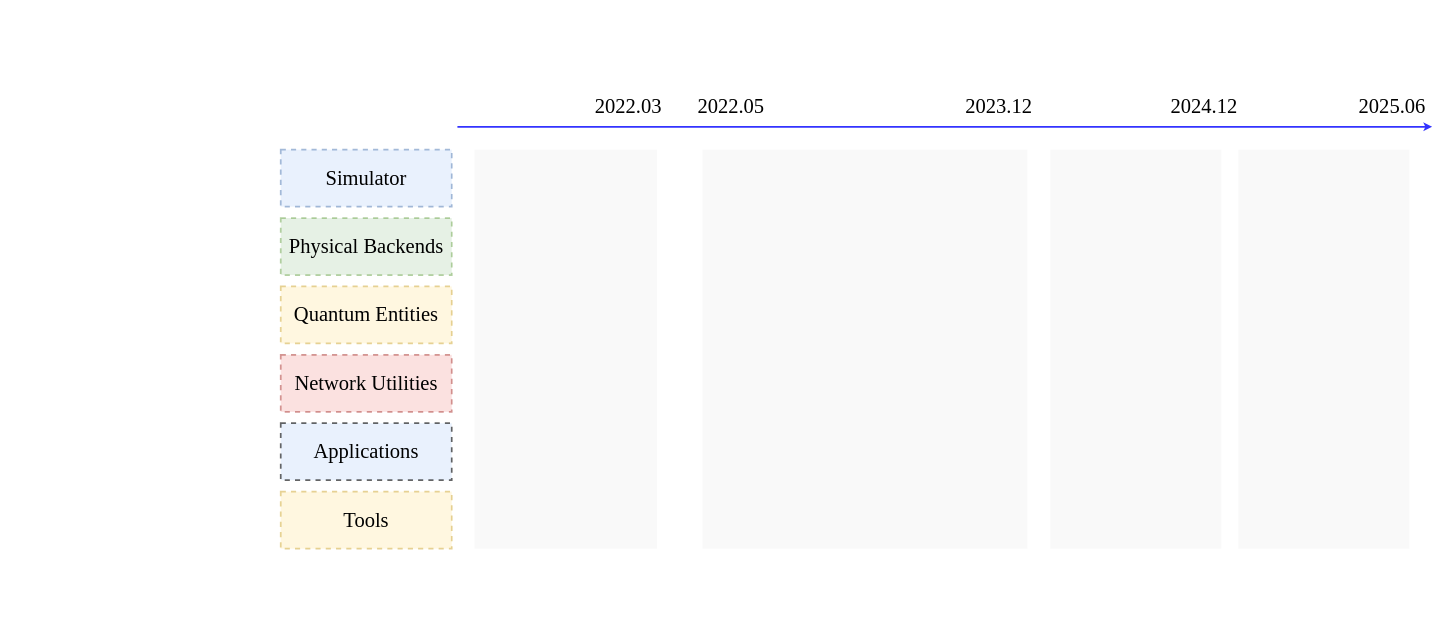
This is 未命名绘图.drawio from yyq2020/simqn_roadmap, a draw.io file, before an edit. Source tidied: cells renumbered, new cells numbered last; positions are measured from the earlier drawing's top-left corner, leaving out a move shared by most shapes. Both pictures are drawn from the tidied source at 57%, with x=0, y=0 at pixel (280, 92).
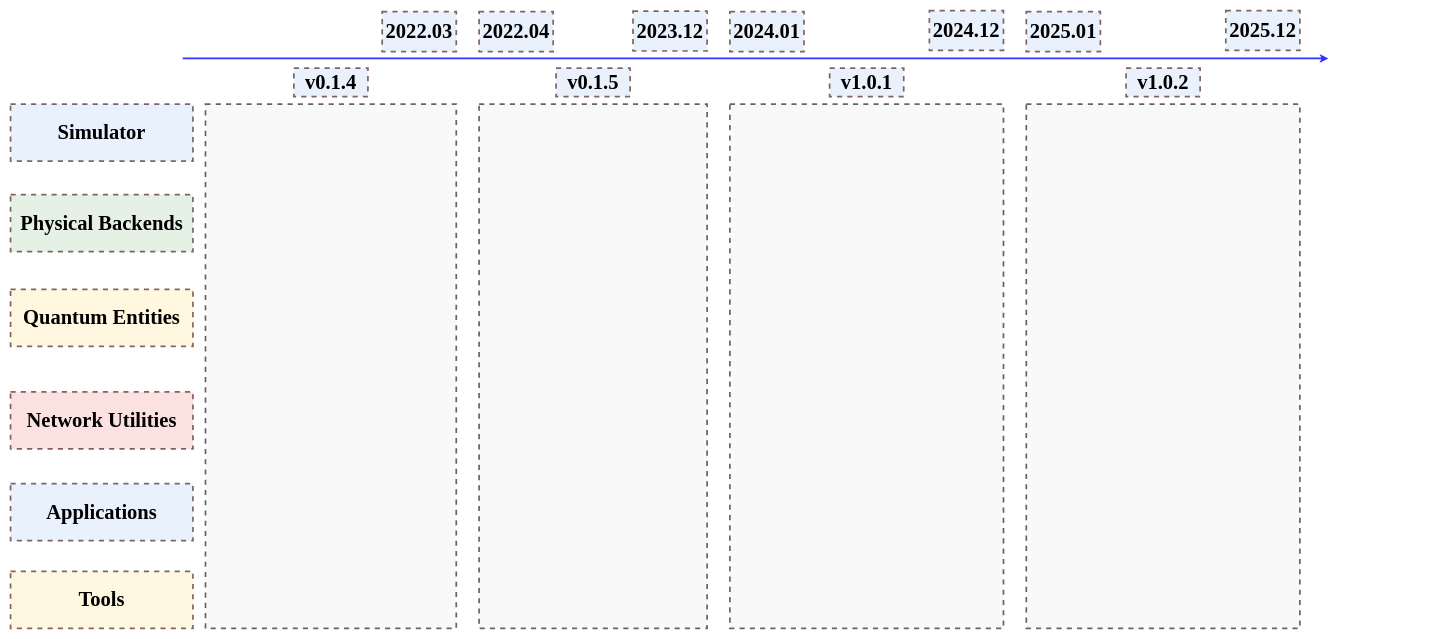
After the change.

Commit message (it also covers changes not shown here):
更新未命名绘图.drawio

Change to the diagram source:
```diff
@@
-    <mxCell id="2" value="&lt;font style=&quot;font-size: 36px;&quot;&gt;Simulator&lt;/font&gt;" style="rounded=0;whiteSpace=wrap;html=1;fillColor=#dae8fc;strokeColor=#6c8ebf;opacity=60;labelPosition=center;verticalLabelPosition=middle;align=center;verticalAlign=middle;fontFamily=Times New Roman;fontSize=20;dashed=1;strokeWidth=3;" parent="1" vertex="1">
-      <mxGeometry y="100" width="300" height="100" as="geometry" />
+    <mxCell id="2" value="&lt;font style=&quot;font-size: 36px;&quot;&gt;Simulator&lt;/font&gt;" style="rounded=0;whiteSpace=wrap;html=1;fillColor=#dae8fc;strokeColor=#330000;opacity=60;labelPosition=center;verticalLabelPosition=middle;align=center;verticalAlign=middle;fontFamily=Times New Roman;fontSize=20;dashed=1;strokeWidth=3;fontStyle=1;" parent="1" vertex="1">
+      <mxGeometry x="-474" y="20" width="320" height="100" as="geometry" />
     </mxCell>
-    <mxCell id="3" style="rounded=0;whiteSpace=wrap;html=1;fillColor=#f5f5f5;fontColor=#333333;strokeColor=none;gradientColor=none;opacity=60;labelPosition=center;verticalLabelPosition=middle;align=center;verticalAlign=middle;fontFamily=Times New Roman;fontSize=20;" parent="1" vertex="1">
-      <mxGeometry x="340" y="100" width="320" height="700" as="geometry" />
+    <mxCell id="3" style="rounded=0;whiteSpace=wrap;html=1;fillColor=#f5f5f5;fontColor=#333333;strokeColor=default;gradientColor=none;opacity=60;labelPosition=center;verticalLabelPosition=middle;align=center;verticalAlign=middle;fontFamily=Times New Roman;fontSize=20;dashed=1;strokeWidth=3;" parent="1" vertex="1">
+      <mxGeometry x="-132" y="20" width="440" height="920" as="geometry" />
     </mxCell>
-    <mxCell id="4" style="rounded=0;whiteSpace=wrap;html=1;fillColor=#f5f5f5;fontColor=#333333;strokeColor=none;gradientColor=none;opacity=60;labelPosition=center;verticalLabelPosition=middle;align=center;verticalAlign=middle;fontFamily=Times New Roman;fontSize=20;" parent="1" vertex="1">
-      <mxGeometry x="1350" y="100" width="300" height="700" as="geometry" />
+    <mxCell id="4" style="rounded=0;whiteSpace=wrap;html=1;fillColor=#f5f5f5;fontColor=#333333;strokeColor=default;gradientColor=none;opacity=60;labelPosition=center;verticalLabelPosition=middle;align=center;verticalAlign=middle;fontFamily=Times New Roman;fontSize=20;dashed=1;strokeWidth=3;" parent="1" vertex="1">
+      <mxGeometry x="788" y="20" width="480" height="920" as="geometry" />
     </mxCell>
-    <mxCell id="5" style="rounded=0;whiteSpace=wrap;html=1;fillColor=#f5f5f5;fontColor=#333333;strokeColor=none;gradientColor=none;opacity=60;labelPosition=center;verticalLabelPosition=middle;align=center;verticalAlign=middle;fontFamily=Times New Roman;fontSize=20;" parent="1" vertex="1">
-      <mxGeometry x="740" y="100" width="570" height="700" as="geometry" />
+    <mxCell id="5" style="rounded=0;whiteSpace=wrap;html=1;fillColor=#f5f5f5;fontColor=#333333;strokeColor=default;gradientColor=none;opacity=60;labelPosition=center;verticalLabelPosition=middle;align=center;verticalAlign=middle;fontFamily=Times New Roman;fontSize=20;dashed=1;strokeWidth=3;" parent="1" vertex="1">
+      <mxGeometry x="348" y="20" width="400" height="920" as="geometry" />
     </mxCell>
-    <mxCell id="6" value="&lt;font style=&quot;font-size: 36px;&quot;&gt;2022.03&lt;/font&gt;" style="text;strokeColor=none;align=center;fillColor=none;html=1;verticalAlign=middle;whiteSpace=wrap;rounded=0;fontFamily=Times New Roman;" parent="1" vertex="1">
-      <mxGeometry x="540" width="140" height="50" as="geometry" />
-    </mxCell>
-    <mxCell id="7" value="&lt;font style=&quot;font-size: 36px;&quot;&gt;2023.12&lt;/font&gt;" style="text;strokeColor=none;align=center;fillColor=none;html=1;verticalAlign=middle;whiteSpace=wrap;rounded=0;fontFamily=Times New Roman;" parent="1" vertex="1">
-      <mxGeometry x="1190" width="140" height="50" as="geometry" />
-    </mxCell>
-    <mxCell id="8" value="&lt;font style=&quot;font-size: 36px;&quot;&gt;2024.12&lt;/font&gt;" style="text;strokeColor=none;align=center;fillColor=none;html=1;verticalAlign=middle;whiteSpace=wrap;rounded=0;fontFamily=Times New Roman;" parent="1" vertex="1">
-      <mxGeometry x="1550" width="140" height="50" as="geometry" />
-    </mxCell>
-    <mxCell id="9" value="&lt;font style=&quot;font-size: 36px;&quot;&gt;2025.06&lt;/font&gt;" style="text;strokeColor=none;align=center;fillColor=none;html=1;verticalAlign=middle;whiteSpace=wrap;rounded=0;fontFamily=Times New Roman;" parent="1" vertex="1">
-      <mxGeometry x="1880" width="140" height="50" as="geometry" />
-    </mxCell>
     <mxCell id="10" style="endArrow=classic;html=1;rounded=0;strokeColor=#3333FF;strokeWidth=3;" parent="1" edge="1">
       <mxGeometry relative="1" as="geometry">
-        <mxPoint x="310" y="60" as="sourcePoint" />
-        <mxPoint x="2020" y="60" as="targetPoint" />
+        <mxPoint x="-172" y="-60" as="sourcePoint" />
+        <mxPoint x="1838" y="-60" as="targetPoint" />
       </mxGeometry>
     </mxCell>
-    <mxCell id="11" value="&lt;font style=&quot;font-size: 36px;&quot;&gt;Applications&lt;/font&gt;" style="rounded=0;whiteSpace=wrap;html=1;fillColor=#dae8fc;strokeColor=default;opacity=60;labelPosition=center;verticalLabelPosition=middle;align=center;verticalAlign=middle;fontFamily=Times New Roman;fontSize=20;dashed=1;strokeWidth=3;" parent="1" vertex="1">
-      <mxGeometry y="580" width="300" height="100" as="geometry" />
+    <mxCell id="11" value="&lt;font style=&quot;font-size: 36px;&quot;&gt;Applications&lt;/font&gt;" style="rounded=0;whiteSpace=wrap;html=1;fillColor=#dae8fc;strokeColor=#330000;opacity=60;labelPosition=center;verticalLabelPosition=middle;align=center;verticalAlign=middle;fontFamily=Times New Roman;fontSize=20;dashed=1;strokeWidth=3;fontStyle=1;" parent="1" vertex="1">
+      <mxGeometry x="-474" y="686" width="320" height="100" as="geometry" />
     </mxCell>
-    <mxCell id="12" value="&lt;font style=&quot;font-size: 36px;&quot;&gt;Physical Backends&lt;/font&gt;" style="rounded=0;whiteSpace=wrap;html=1;fillColor=#d5e8d4;strokeColor=#82b366;opacity=60;labelPosition=center;verticalLabelPosition=middle;align=center;verticalAlign=middle;fontFamily=Times New Roman;fontSize=20;dashed=1;strokeWidth=3;" parent="1" vertex="1">
-      <mxGeometry y="220" width="300" height="100" as="geometry" />
+    <mxCell id="12" value="&lt;font style=&quot;font-size: 36px;&quot;&gt;Physical Backends&lt;/font&gt;" style="rounded=0;whiteSpace=wrap;html=1;fillColor=#d5e8d4;strokeColor=#330000;opacity=60;labelPosition=center;verticalLabelPosition=middle;align=center;verticalAlign=middle;fontFamily=Times New Roman;fontSize=20;dashed=1;strokeWidth=3;fontStyle=1;" parent="1" vertex="1">
+      <mxGeometry x="-474" y="179" width="320" height="100" as="geometry" />
     </mxCell>
-    <mxCell id="13" value="&lt;font style=&quot;font-size: 36px;&quot;&gt;Quantum Entities&lt;/font&gt;" style="rounded=0;whiteSpace=wrap;html=1;fillColor=#fff2cc;strokeColor=#d6b656;opacity=60;labelPosition=center;verticalLabelPosition=middle;align=center;verticalAlign=middle;fontFamily=Times New Roman;fontSize=20;dashed=1;strokeWidth=3;" parent="1" vertex="1">
-      <mxGeometry y="340" width="300" height="100" as="geometry" />
+    <mxCell id="13" value="&lt;font style=&quot;font-size: 36px;&quot;&gt;Quantum Entities&lt;/font&gt;" style="rounded=0;whiteSpace=wrap;html=1;fillColor=#fff2cc;strokeColor=#330000;opacity=60;labelPosition=center;verticalLabelPosition=middle;align=center;verticalAlign=middle;fontFamily=Times New Roman;fontSize=20;dashed=1;strokeWidth=3;fontStyle=1;" parent="1" vertex="1">
+      <mxGeometry x="-474" y="345" width="320" height="100" as="geometry" />
     </mxCell>
-    <mxCell id="14" value="&lt;font style=&quot;font-size: 36px;&quot;&gt;Network Utilities&lt;/font&gt;" style="rounded=0;whiteSpace=wrap;html=1;fillColor=#f8cecc;strokeColor=#b85450;opacity=60;labelPosition=center;verticalLabelPosition=middle;align=center;verticalAlign=middle;fontFamily=Times New Roman;fontSize=20;dashed=1;strokeWidth=3;" parent="1" vertex="1">
-      <mxGeometry y="460" width="300" height="100" as="geometry" />
+    <mxCell id="14" value="&lt;font style=&quot;font-size: 36px;&quot;&gt;Network Utilities&lt;/font&gt;" style="rounded=0;whiteSpace=wrap;html=1;fillColor=#f8cecc;strokeColor=#330000;opacity=60;labelPosition=center;verticalLabelPosition=middle;align=center;verticalAlign=middle;fontFamily=Times New Roman;fontSize=20;dashed=1;strokeWidth=3;fontStyle=1;" parent="1" vertex="1">
+      <mxGeometry x="-474" y="525" width="320" height="100" as="geometry" />
     </mxCell>
-    <mxCell id="15" value="&lt;font style=&quot;font-size: 36px;&quot;&gt;Tools&lt;/font&gt;" style="rounded=0;whiteSpace=wrap;html=1;fillColor=#fff2cc;strokeColor=#d6b656;opacity=60;labelPosition=center;verticalLabelPosition=middle;align=center;verticalAlign=middle;fontFamily=Times New Roman;fontSize=20;dashed=1;strokeWidth=3;" parent="1" vertex="1">
-      <mxGeometry y="700" width="300" height="100" as="geometry" />
+    <mxCell id="15" value="&lt;font style=&quot;font-size: 36px;&quot;&gt;Tools&lt;/font&gt;" style="rounded=0;whiteSpace=wrap;html=1;fillColor=#fff2cc;strokeColor=#330000;opacity=60;labelPosition=center;verticalLabelPosition=middle;align=center;verticalAlign=middle;fontFamily=Times New Roman;fontSize=20;dashed=1;strokeWidth=3;fontStyle=1;" parent="1" vertex="1">
+      <mxGeometry x="-474" y="840" width="320" height="100" as="geometry" />
     </mxCell>
-    <mxCell id="16" value="&lt;font style=&quot;font-size: 36px;&quot;&gt;2022.05&lt;/font&gt;" style="text;strokeColor=none;align=center;fillColor=none;html=1;verticalAlign=middle;whiteSpace=wrap;rounded=0;fontFamily=Times New Roman;" parent="1" vertex="1">
-      <mxGeometry x="720" width="140" height="50" as="geometry" />
-    </mxCell>
-    <mxCell id="17" style="rounded=0;whiteSpace=wrap;html=1;fillColor=#f5f5f5;fontColor=#333333;strokeColor=none;gradientColor=none;opacity=60;labelPosition=center;verticalLabelPosition=middle;align=center;verticalAlign=middle;fontFamily=Times New Roman;fontSize=20;" parent="1" vertex="1">
-      <mxGeometry x="1680" y="100" width="300" height="700" as="geometry" />
+    <mxCell id="17" style="rounded=0;whiteSpace=wrap;html=1;fillColor=#f5f5f5;fontColor=#333333;strokeColor=default;gradientColor=none;opacity=60;labelPosition=center;verticalLabelPosition=middle;align=center;verticalAlign=middle;fontFamily=Times New Roman;fontSize=20;dashed=1;strokeWidth=3;" parent="1" vertex="1">
+      <mxGeometry x="1308" y="20" width="480" height="920" as="geometry" />
     </mxCell>
+    <mxCell id="6" value="&lt;span style=&quot;font-size: 36px;&quot;&gt;2022.03&lt;/span&gt;" style="rounded=0;whiteSpace=wrap;html=1;fillColor=#dae8fc;strokeColor=#330000;opacity=60;labelPosition=center;verticalLabelPosition=middle;align=center;verticalAlign=middle;fontFamily=Times New Roman;fontSize=20;dashed=1;strokeWidth=3;fontStyle=1;" parent="1" vertex="1">
+      <mxGeometry x="178" y="-142" width="130" height="70" as="geometry" />
+    </mxCell>
+    <mxCell id="18" value="&lt;span style=&quot;font-size: 36px;&quot;&gt;2022.04&lt;/span&gt;" style="rounded=0;whiteSpace=wrap;html=1;fillColor=#dae8fc;strokeColor=#330000;opacity=60;labelPosition=center;verticalLabelPosition=middle;align=center;verticalAlign=middle;fontFamily=Times New Roman;fontSize=20;dashed=1;strokeWidth=3;fontStyle=1;" parent="1" vertex="1">
+      <mxGeometry x="348" y="-142" width="130" height="70" as="geometry" />
+    </mxCell>
+    <mxCell id="19" value="&lt;span style=&quot;font-size: 36px;&quot;&gt;2024.01&lt;/span&gt;" style="rounded=0;whiteSpace=wrap;html=1;fillColor=#dae8fc;strokeColor=#330000;opacity=60;labelPosition=center;verticalLabelPosition=middle;align=center;verticalAlign=middle;fontFamily=Times New Roman;fontSize=20;dashed=1;strokeWidth=3;fontStyle=1;" parent="1" vertex="1">
+      <mxGeometry x="788" y="-142" width="130" height="70" as="geometry" />
+    </mxCell>
+    <mxCell id="7" value="&lt;span style=&quot;font-size: 36px;&quot;&gt;2023.12&lt;/span&gt;" style="rounded=0;whiteSpace=wrap;html=1;fillColor=#dae8fc;strokeColor=#330000;opacity=60;labelPosition=center;verticalLabelPosition=middle;align=center;verticalAlign=middle;fontFamily=Times New Roman;fontSize=20;dashed=1;strokeWidth=3;fontStyle=1;" parent="1" vertex="1">
+      <mxGeometry x="618" y="-143" width="130" height="70" as="geometry" />
+    </mxCell>
+    <mxCell id="8" value="&lt;span style=&quot;font-size: 36px;&quot;&gt;2024.12&lt;/span&gt;" style="rounded=0;whiteSpace=wrap;html=1;fillColor=#dae8fc;strokeColor=#330000;opacity=60;labelPosition=center;verticalLabelPosition=middle;align=center;verticalAlign=middle;fontFamily=Times New Roman;fontSize=20;dashed=1;strokeWidth=3;fontStyle=1;" parent="1" vertex="1">
+      <mxGeometry x="1138" y="-144" width="130" height="70" as="geometry" />
+    </mxCell>
+    <mxCell id="20" value="&lt;span style=&quot;font-size: 36px;&quot;&gt;2025.01&lt;/span&gt;" style="rounded=0;whiteSpace=wrap;html=1;fillColor=#dae8fc;strokeColor=#330000;opacity=60;labelPosition=center;verticalLabelPosition=middle;align=center;verticalAlign=middle;fontFamily=Times New Roman;fontSize=20;dashed=1;strokeWidth=3;fontStyle=1;" parent="1" vertex="1">
+      <mxGeometry x="1308" y="-142" width="130" height="70" as="geometry" />
+    </mxCell>
+    <mxCell id="21" value="&lt;span style=&quot;font-size: 36px;&quot;&gt;2025.12&lt;/span&gt;" style="rounded=0;whiteSpace=wrap;html=1;fillColor=#dae8fc;strokeColor=#330000;opacity=60;labelPosition=center;verticalLabelPosition=middle;align=center;verticalAlign=middle;fontFamily=Times New Roman;fontSize=20;dashed=1;strokeWidth=3;fontStyle=1;" parent="1" vertex="1">
+      <mxGeometry x="1658" y="-144" width="130" height="70" as="geometry" />
+    </mxCell>
+    <mxCell id="22" value="&lt;span style=&quot;font-size: 36px;&quot;&gt;v0.1.4&lt;/span&gt;" style="rounded=0;whiteSpace=wrap;html=1;fillColor=#dae8fc;strokeColor=#330000;opacity=60;labelPosition=center;verticalLabelPosition=middle;align=center;verticalAlign=middle;fontFamily=Times New Roman;fontSize=20;dashed=1;strokeWidth=3;fontStyle=1;" parent="1" vertex="1">
+      <mxGeometry x="23" y="-43" width="130" height="50" as="geometry" />
+    </mxCell>
+    <mxCell id="23" value="&lt;span style=&quot;font-size: 36px;&quot;&gt;v0.1.5&lt;/span&gt;" style="rounded=0;whiteSpace=wrap;html=1;fillColor=#dae8fc;strokeColor=#330000;opacity=60;labelPosition=center;verticalLabelPosition=middle;align=center;verticalAlign=middle;fontFamily=Times New Roman;fontSize=20;dashed=1;strokeWidth=3;fontStyle=1;" parent="1" vertex="1">
+      <mxGeometry x="483" y="-43" width="130" height="50" as="geometry" />
+    </mxCell>
+    <mxCell id="24" value="&lt;span style=&quot;font-size: 36px;&quot;&gt;v1.0.1&lt;/span&gt;" style="rounded=0;whiteSpace=wrap;html=1;fillColor=#dae8fc;strokeColor=#330000;opacity=60;labelPosition=center;verticalLabelPosition=middle;align=center;verticalAlign=middle;fontFamily=Times New Roman;fontSize=20;dashed=1;strokeWidth=3;fontStyle=1;" parent="1" vertex="1">
+      <mxGeometry x="963" y="-43" width="130" height="50" as="geometry" />
+    </mxCell>
+    <mxCell id="25" value="&lt;span style=&quot;font-size: 36px;&quot;&gt;v1.0.2&lt;/span&gt;" style="rounded=0;whiteSpace=wrap;html=1;fillColor=#dae8fc;strokeColor=#330000;opacity=60;labelPosition=center;verticalLabelPosition=middle;align=center;verticalAlign=middle;fontFamily=Times New Roman;fontSize=20;dashed=1;strokeWidth=3;fontStyle=1;" parent="1" vertex="1">
+      <mxGeometry x="1483" y="-43" width="130" height="50" as="geometry" />
+    </mxCell>
```
